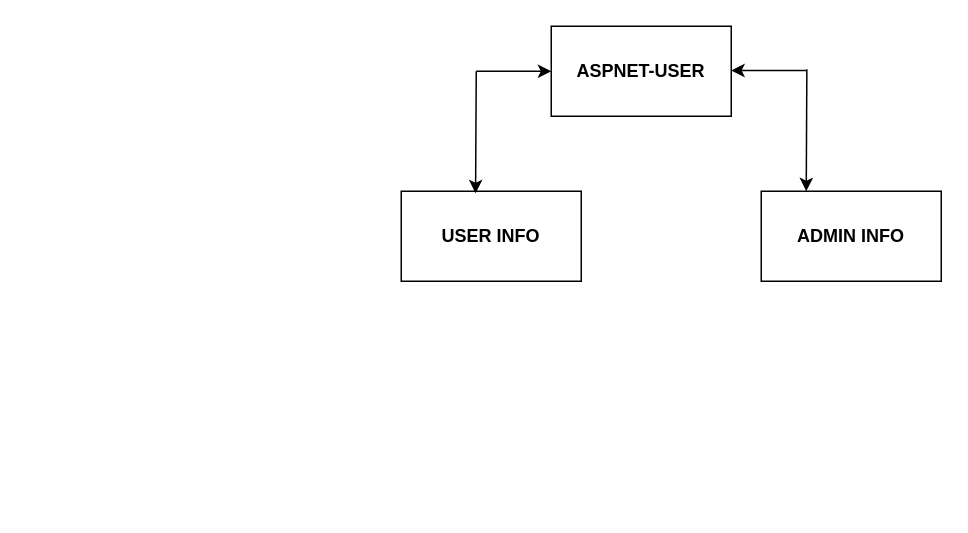
The draw.io diagram Untitled Diagram.drawio in kyree-henry/VMS-Database-Schema, before the edit. Source tidied: cells renumbered, new cells numbered last; positions are measured from the earlier drawing's top-left corner, leaving out a move shared by most shapes. Both pictures are drawn from the tidied source at 150%, with x=0, y=0 at pixel (400, 26).
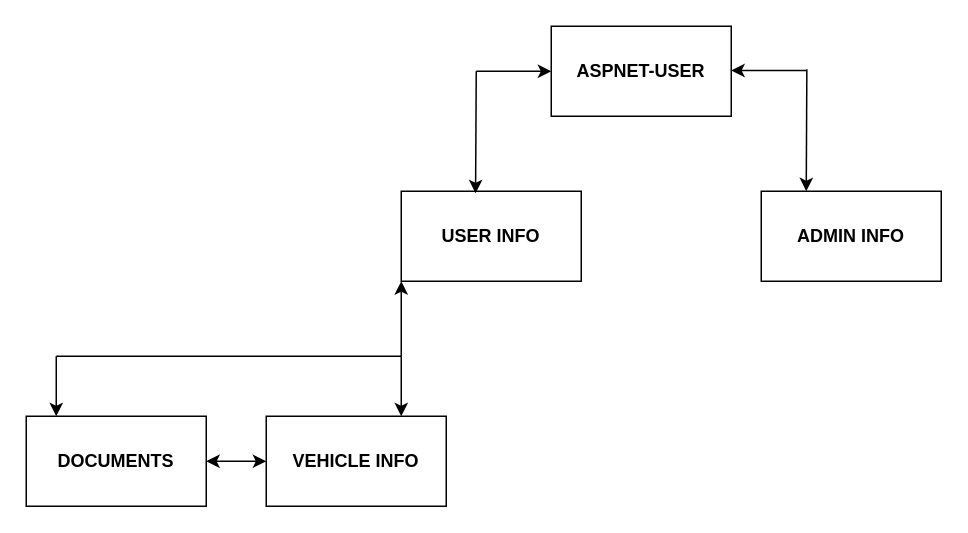
The same page after the edit.

Unchanged cells that the change refers to:
```xml
<mxCell id="3" value="&lt;b&gt;&lt;font style=&quot;font-size: 12px;&quot;&gt;USER INFO&lt;/font&gt;&lt;/b&gt;" style="rounded=0;whiteSpace=wrap;html=1;" parent="1" vertex="1">
  <mxGeometry y="110" width="120" height="60" as="geometry" />
</mxCell>
```

Change to the diagram source:
```diff
@@
+    <mxCell id="9" value="&lt;b&gt;&lt;font style=&quot;font-size: 12px;&quot;&gt;VEHICLE INFO&lt;/font&gt;&lt;/b&gt;" style="rounded=0;whiteSpace=wrap;html=1;" parent="1" vertex="1">
+      <mxGeometry x="-90" y="260" width="120" height="60" as="geometry" />
+    </mxCell>
+    <mxCell id="10" value="&lt;b&gt;&lt;font style=&quot;font-size: 12px;&quot;&gt;DOCUMENTS&lt;/font&gt;&lt;/b&gt;" style="rounded=0;whiteSpace=wrap;html=1;" parent="1" vertex="1">
+      <mxGeometry x="-250" y="260" width="120" height="60" as="geometry" />
+    </mxCell>
+    <mxCell id="11" style="endArrow=classic;startArrow=classic;html=1;rounded=0;fontSize=12;entryX=0;entryY=0.5;entryDx=0;entryDy=0;entryPerimeter=0;exitX=1;exitY=0.5;exitDx=0;exitDy=0;" parent="1" edge="1" source="10" target="9">
+      <mxGeometry relative="1" as="geometry" />
+    </mxCell>
+    <mxCell id="12" style="endArrow=classic;html=1;rounded=0;fontSize=12;entryX=0;entryY=1;entryDx=0;entryDy=0;" parent="1" edge="1" target="3">
+      <mxGeometry relative="1" as="geometry">
+        <mxPoint y="220" as="sourcePoint" />
+      </mxGeometry>
+    </mxCell>
+    <mxCell id="13" style="endArrow=none;html=1;rounded=0;fontSize=12;" parent="1" edge="1">
+      <mxGeometry relative="1" as="geometry">
+        <mxPoint x="-230" y="220" as="sourcePoint" />
+        <mxPoint y="220" as="targetPoint" />
+      </mxGeometry>
+    </mxCell>
+    <mxCell id="14" style="endArrow=classic;html=1;rounded=0;fontSize=12;" parent="1" edge="1">
+      <mxGeometry relative="1" as="geometry">
+        <mxPoint x="-230" y="220" as="sourcePoint" />
+        <mxPoint x="-230" y="260" as="targetPoint" />
+      </mxGeometry>
+    </mxCell>
+    <mxCell id="15" style="endArrow=classic;html=1;rounded=0;fontSize=12;entryX=0.163;entryY=-0.05;entryDx=0;entryDy=0;entryPerimeter=0;" parent="1" edge="1">
+      <mxGeometry relative="1" as="geometry">
+        <mxPoint y="220" as="sourcePoint" />
+        <mxPoint y="260" as="targetPoint" />
+      </mxGeometry>
+    </mxCell>
```
